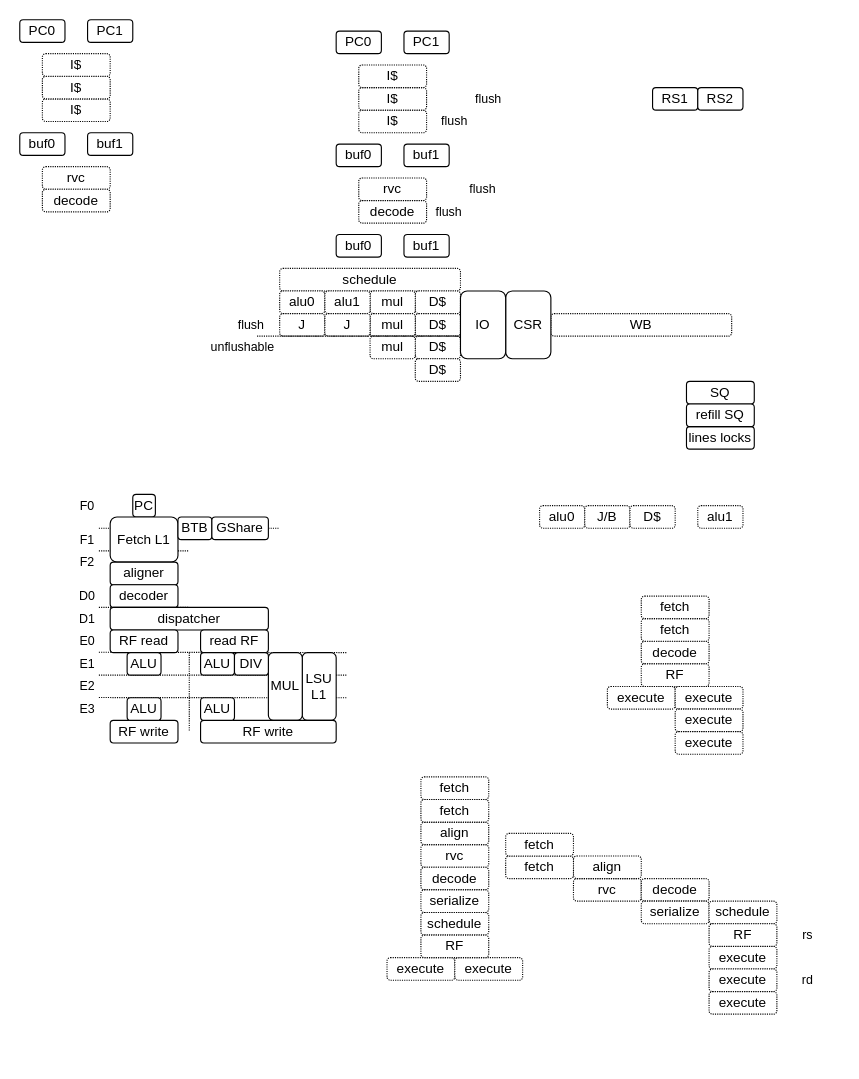
Before: page "vexii" (1 of 19) of source/asset/miaou.drawio in SpinalHDL/VexiiRiscv-RTD, a draw.io diagram. Source tidied: cells renumbered, new cells numbered last; positions are measured from the earlier drawing's top-left corner, leaving out a move shared by most shapes. Both pictures are drawn from the tidied source at 113%, with x=0, y=0 at pixel (19, 19).
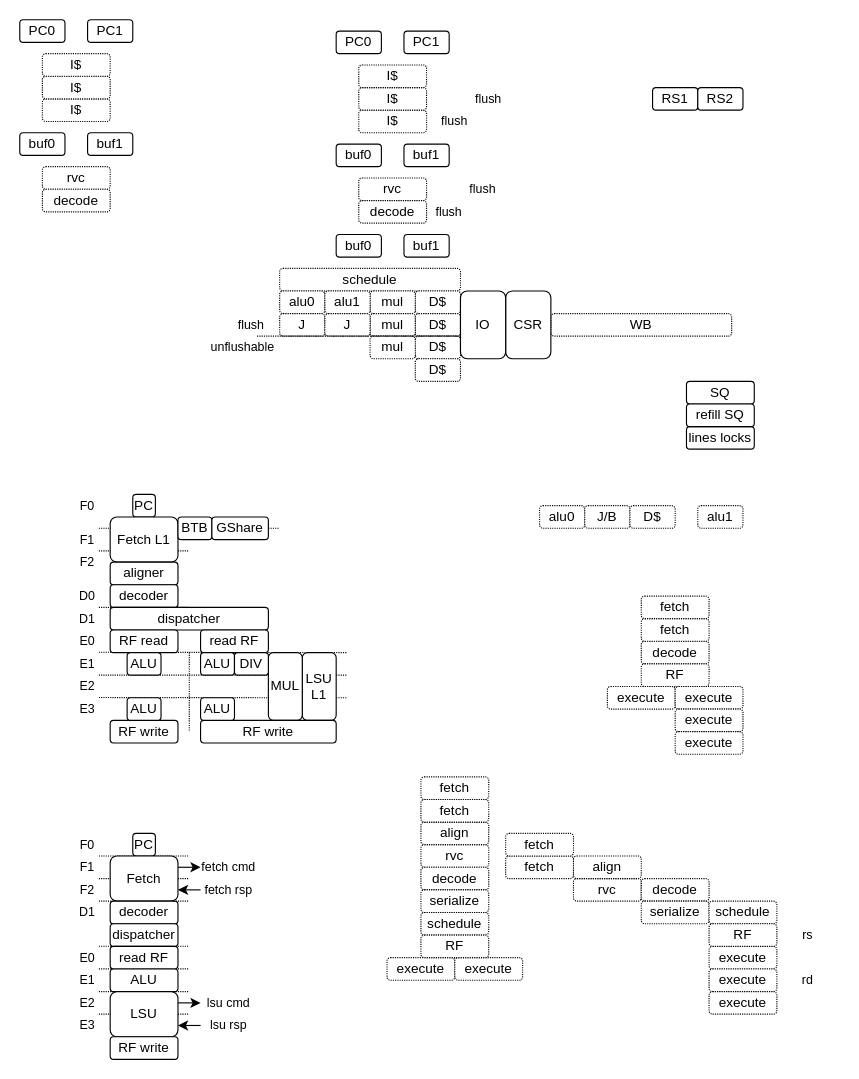
The same page after the edit.

What changed in the source:
```diff
@@
+    <mxCell id="119" style="endArrow=none;html=1;rounded=0;dashed=1;dashPattern=1 1;" parent="1" edge="1">
+      <mxGeometry relative="1" as="geometry">
+        <mxPoint x="70" y="839.9" as="sourcePoint" />
+        <mxPoint x="150" y="839.9" as="targetPoint" />
+      </mxGeometry>
+    </mxCell>
+    <mxCell id="120" style="endArrow=none;html=1;rounded=0;dashed=1;dashPattern=1 1;" parent="1" edge="1">
+      <mxGeometry relative="1" as="geometry">
+        <mxPoint x="70" y="819.9" as="sourcePoint" />
+        <mxPoint x="150" y="819.9" as="targetPoint" />
+      </mxGeometry>
+    </mxCell>
+    <mxCell id="121" style="endArrow=none;html=1;rounded=0;dashed=1;dashPattern=1 1;" parent="1" edge="1">
+      <mxGeometry relative="1" as="geometry">
+        <mxPoint x="70" y="860" as="sourcePoint" />
+        <mxPoint x="150" y="860" as="targetPoint" />
+      </mxGeometry>
+    </mxCell>
+    <mxCell id="122" style="endArrow=none;html=1;rounded=0;dashed=1;dashPattern=1 1;" parent="1" edge="1">
+      <mxGeometry relative="1" as="geometry">
+        <mxPoint x="70" y="880" as="sourcePoint" />
+        <mxPoint x="150" y="880" as="targetPoint" />
+      </mxGeometry>
+    </mxCell>
@@
+    <mxCell id="123" style="endArrow=none;html=1;rounded=0;dashed=1;dashPattern=1 1;" parent="1" edge="1">
+      <mxGeometry relative="1" as="geometry">
+        <mxPoint x="70" y="760" as="sourcePoint" />
+        <mxPoint x="150" y="760" as="targetPoint" />
+      </mxGeometry>
+    </mxCell>
+    <mxCell id="124" style="endArrow=none;html=1;rounded=0;dashed=1;dashPattern=1 1;" parent="1" edge="1">
+      <mxGeometry relative="1" as="geometry">
+        <mxPoint x="70" y="740" as="sourcePoint" />
+        <mxPoint x="150" y="740" as="targetPoint" />
+      </mxGeometry>
+    </mxCell>
+    <mxCell id="125" style="endArrow=none;html=1;rounded=0;dashed=1;dashPattern=1 1;" parent="1" edge="1">
+      <mxGeometry relative="1" as="geometry">
+        <mxPoint x="70" y="780" as="sourcePoint" />
+        <mxPoint x="150" y="780" as="targetPoint" />
+      </mxGeometry>
+    </mxCell>
+    <mxCell id="126" value="&lt;span style=&quot;font-size: 12px;&quot;&gt;PC&lt;/span&gt;" style="rounded=1;whiteSpace=wrap;html=1;fontSize=8;strokeWidth=1;" parent="1" vertex="1">
+      <mxGeometry x="100" y="720" width="20" height="20" as="geometry" />
+    </mxCell>
+    <mxCell id="127" style="edgeStyle=orthogonalEdgeStyle;rounded=0;orthogonalLoop=1;jettySize=auto;html=1;" parent="1" edge="1">
+      <mxGeometry relative="1" as="geometry">
+        <mxPoint x="140" y="750" as="sourcePoint" />
+        <mxPoint x="160" y="750" as="targetPoint" />
+      </mxGeometry>
+    </mxCell>
+    <mxCell id="128" value="&lt;span style=&quot;font-size: 12px;&quot;&gt;Fetch&lt;/span&gt;" style="rounded=1;whiteSpace=wrap;html=1;fontSize=8;strokeWidth=1;" parent="1" vertex="1">
+      <mxGeometry x="80" y="740" width="60" height="40" as="geometry" />
+    </mxCell>
+    <mxCell id="129" style="endArrow=none;html=1;rounded=0;" parent="1" edge="1">
+      <mxGeometry relative="1" as="geometry">
+        <mxPoint x="170" y="740" as="sourcePoint" />
+        <mxPoint x="170" y="740" as="targetPoint" />
+      </mxGeometry>
+    </mxCell>
+    <mxCell id="130" value="&lt;span style=&quot;font-size: 12px;&quot;&gt;decoder&lt;/span&gt;" style="rounded=1;whiteSpace=wrap;html=1;fontSize=8;strokeWidth=1;" parent="1" vertex="1">
+      <mxGeometry x="80" y="780" width="60" height="20" as="geometry" />
+    </mxCell>
+    <mxCell id="131" value="&lt;span style=&quot;font-size: 12px;&quot;&gt;dispatcher&lt;/span&gt;" style="rounded=1;whiteSpace=wrap;html=1;fontSize=8;strokeWidth=1;" parent="1" vertex="1">
+      <mxGeometry x="80" y="800" width="60" height="20" as="geometry" />
+    </mxCell>
+    <mxCell id="132" value="&lt;span style=&quot;font-size: 12px;&quot;&gt;read RF&lt;/span&gt;" style="rounded=1;whiteSpace=wrap;html=1;fontSize=8;strokeWidth=1;" parent="1" vertex="1">
+      <mxGeometry x="80" y="820" width="60" height="20" as="geometry" />
+    </mxCell>
+    <mxCell id="133" value="&lt;span style=&quot;font-size: 12px;&quot;&gt;ALU&lt;/span&gt;" style="rounded=1;whiteSpace=wrap;html=1;fontSize=8;strokeWidth=1;" parent="1" vertex="1">
+      <mxGeometry x="80" y="840" width="60" height="20" as="geometry" />
+    </mxCell>
+    <mxCell id="134" value="&lt;span style=&quot;font-size: 12px;&quot;&gt;LSU&lt;/span&gt;" style="rounded=1;whiteSpace=wrap;html=1;fontSize=8;strokeWidth=1;" parent="1" vertex="1">
+      <mxGeometry x="80" y="860" width="60" height="40" as="geometry" />
+    </mxCell>
+    <mxCell id="135" value="&lt;span style=&quot;font-size: 12px;&quot;&gt;RF write&lt;/span&gt;" style="rounded=1;whiteSpace=wrap;html=1;fontSize=8;strokeWidth=1;" parent="1" vertex="1">
+      <mxGeometry x="80" y="900" width="60" height="20" as="geometry" />
+    </mxCell>
+    <mxCell id="136" value="F0" style="text;html=1;strokeColor=none;fillColor=none;align=center;verticalAlign=middle;whiteSpace=wrap;rounded=0;dashed=1;dashPattern=1 1;labelBackgroundColor=none;fontSize=11;" parent="1" vertex="1">
+      <mxGeometry x="50" y="720" width="20" height="20" as="geometry" />
+    </mxCell>
+    <mxCell id="137" value="F1" style="text;html=1;strokeColor=none;fillColor=none;align=center;verticalAlign=middle;whiteSpace=wrap;rounded=0;dashed=1;dashPattern=1 1;labelBackgroundColor=none;fontSize=11;" parent="1" vertex="1">
+      <mxGeometry x="50" y="740" width="20" height="20" as="geometry" />
+    </mxCell>
+    <mxCell id="138" value="F2" style="text;html=1;strokeColor=none;fillColor=none;align=center;verticalAlign=middle;whiteSpace=wrap;rounded=0;dashed=1;dashPattern=1 1;labelBackgroundColor=none;fontSize=11;" parent="1" vertex="1">
+      <mxGeometry x="50" y="760" width="20" height="20" as="geometry" />
+    </mxCell>
+    <mxCell id="139" value="D1" style="text;html=1;strokeColor=none;fillColor=none;align=center;verticalAlign=middle;whiteSpace=wrap;rounded=0;dashed=1;dashPattern=1 1;labelBackgroundColor=none;fontSize=11;" parent="1" vertex="1">
+      <mxGeometry x="50" y="780" width="20" height="20" as="geometry" />
+    </mxCell>
+    <mxCell id="140" value="E0" style="text;html=1;strokeColor=none;fillColor=none;align=center;verticalAlign=middle;whiteSpace=wrap;rounded=0;dashed=1;dashPattern=1 1;labelBackgroundColor=none;fontSize=11;" parent="1" vertex="1">
+      <mxGeometry x="50" y="820" width="20" height="20" as="geometry" />
+    </mxCell>
+    <mxCell id="141" value="E1" style="text;html=1;strokeColor=none;fillColor=none;align=center;verticalAlign=middle;whiteSpace=wrap;rounded=0;dashed=1;dashPattern=1 1;labelBackgroundColor=none;fontSize=11;" parent="1" vertex="1">
+      <mxGeometry x="50" y="840" width="20" height="20" as="geometry" />
+    </mxCell>
+    <mxCell id="142" value="E2" style="text;html=1;strokeColor=none;fillColor=none;align=center;verticalAlign=middle;whiteSpace=wrap;rounded=0;dashed=1;dashPattern=1 1;labelBackgroundColor=none;fontSize=11;" parent="1" vertex="1">
+      <mxGeometry x="50" y="860" width="20" height="20" as="geometry" />
+    </mxCell>
+    <mxCell id="143" value="E3" style="text;html=1;strokeColor=none;fillColor=none;align=center;verticalAlign=middle;whiteSpace=wrap;rounded=0;dashed=1;dashPattern=1 1;labelBackgroundColor=none;fontSize=11;" parent="1" vertex="1">
+      <mxGeometry x="50" y="880" width="20" height="20" as="geometry" />
+    </mxCell>
+    <mxCell id="144" style="edgeStyle=orthogonalEdgeStyle;rounded=0;jettySize=auto;html=1;entryX=1;entryY=0.75;entryDx=0;entryDy=0;" parent="1" edge="1" target="128">
+      <mxGeometry relative="1" as="geometry">
+        <mxPoint x="160" y="770" as="sourcePoint" />
+      </mxGeometry>
+    </mxCell>
+    <mxCell id="145" value="fetch cmd" style="text;html=1;strokeColor=none;fillColor=none;align=center;verticalAlign=middle;whiteSpace=wrap;rounded=0;dashed=1;dashPattern=1 1;labelBackgroundColor=none;fontSize=11;" parent="1" vertex="1">
+      <mxGeometry x="150" y="740" width="70" height="20" as="geometry" />
+    </mxCell>
+    <mxCell id="146" value="fetch rsp" style="text;html=1;strokeColor=none;fillColor=none;align=center;verticalAlign=middle;whiteSpace=wrap;rounded=0;dashed=1;dashPattern=1 1;labelBackgroundColor=none;fontSize=11;" parent="1" vertex="1">
+      <mxGeometry x="150" y="760" width="70" height="20" as="geometry" />
+    </mxCell>
+    <mxCell id="147" style="edgeStyle=orthogonalEdgeStyle;rounded=0;orthogonalLoop=1;jettySize=auto;html=1;" parent="1" edge="1">
+      <mxGeometry relative="1" as="geometry">
+        <mxPoint x="140" y="870" as="sourcePoint" />
+        <mxPoint x="160" y="870" as="targetPoint" />
+      </mxGeometry>
+    </mxCell>
+    <mxCell id="148" style="endArrow=none;html=1;rounded=0;" parent="1" edge="1">
+      <mxGeometry relative="1" as="geometry">
+        <mxPoint x="170" y="860" as="sourcePoint" />
+        <mxPoint x="170" y="860" as="targetPoint" />
+      </mxGeometry>
+    </mxCell>
+    <mxCell id="149" style="edgeStyle=orthogonalEdgeStyle;rounded=0;orthogonalLoop=1;jettySize=auto;html=1;entryX=1;entryY=0.75;entryDx=0;entryDy=0;" parent="1" edge="1">
+      <mxGeometry relative="1" as="geometry">
+        <mxPoint x="160" y="890" as="sourcePoint" />
+        <mxPoint x="140" y="890" as="targetPoint" />
+      </mxGeometry>
+    </mxCell>
+    <mxCell id="150" value="lsu cmd" style="text;html=1;strokeColor=none;fillColor=none;align=center;verticalAlign=middle;whiteSpace=wrap;rounded=0;dashed=1;dashPattern=1 1;labelBackgroundColor=none;fontSize=11;" parent="1" vertex="1">
+      <mxGeometry x="150" y="860" width="70" height="20" as="geometry" />
+    </mxCell>
+    <mxCell id="151" value="lsu rsp" style="text;html=1;strokeColor=none;fillColor=none;align=center;verticalAlign=middle;whiteSpace=wrap;rounded=0;dashed=1;dashPattern=1 1;labelBackgroundColor=none;fontSize=11;" parent="1" vertex="1">
+      <mxGeometry x="150" y="880" width="70" height="20" as="geometry" />
+    </mxCell>
```
